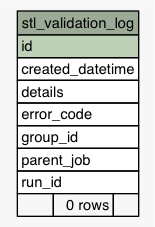
Above: Data/settlement/diagrams/summary/stl_validation_log.1degree.png in eyana-m/python-data-dictionary-writer (Graphviz), before the change. Its source is kept beside it as Data/settlement/diagrams/summary/stl_validation_log.1degree.dot.
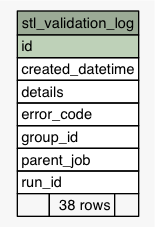
Later version of the same file.

Change to the diagram source:
```diff
@@ -26,7 +26,7 @@
       <TR><TD PORT="group_id" COLSPAN="3" ALIGN="LEFT">group_id</TD></TR>
       <TR><TD PORT="parent_job" COLSPAN="3" ALIGN="LEFT">parent_job</TD></TR>
       <TR><TD PORT="run_id" COLSPAN="3" ALIGN="LEFT">run_id</TD></TR>
-      <TR><TD ALIGN="LEFT" BGCOLOR="#f7f7f7">  </TD><TD ALIGN="RIGHT" BGCOLOR="#f7f7f7">0 rows</TD><TD ALIGN="RIGHT" BGCOLOR="#f7f7f7">  </TD></TR>
+      <TR><TD ALIGN="LEFT" BGCOLOR="#f7f7f7">  </TD><TD ALIGN="RIGHT" BGCOLOR="#f7f7f7">38 rows</TD><TD ALIGN="RIGHT" BGCOLOR="#f7f7f7">  </TD></TR>
     </TABLE>>
     URL="tables/stl_validation_log.html"
     tooltip="stl_validation_log"
```
